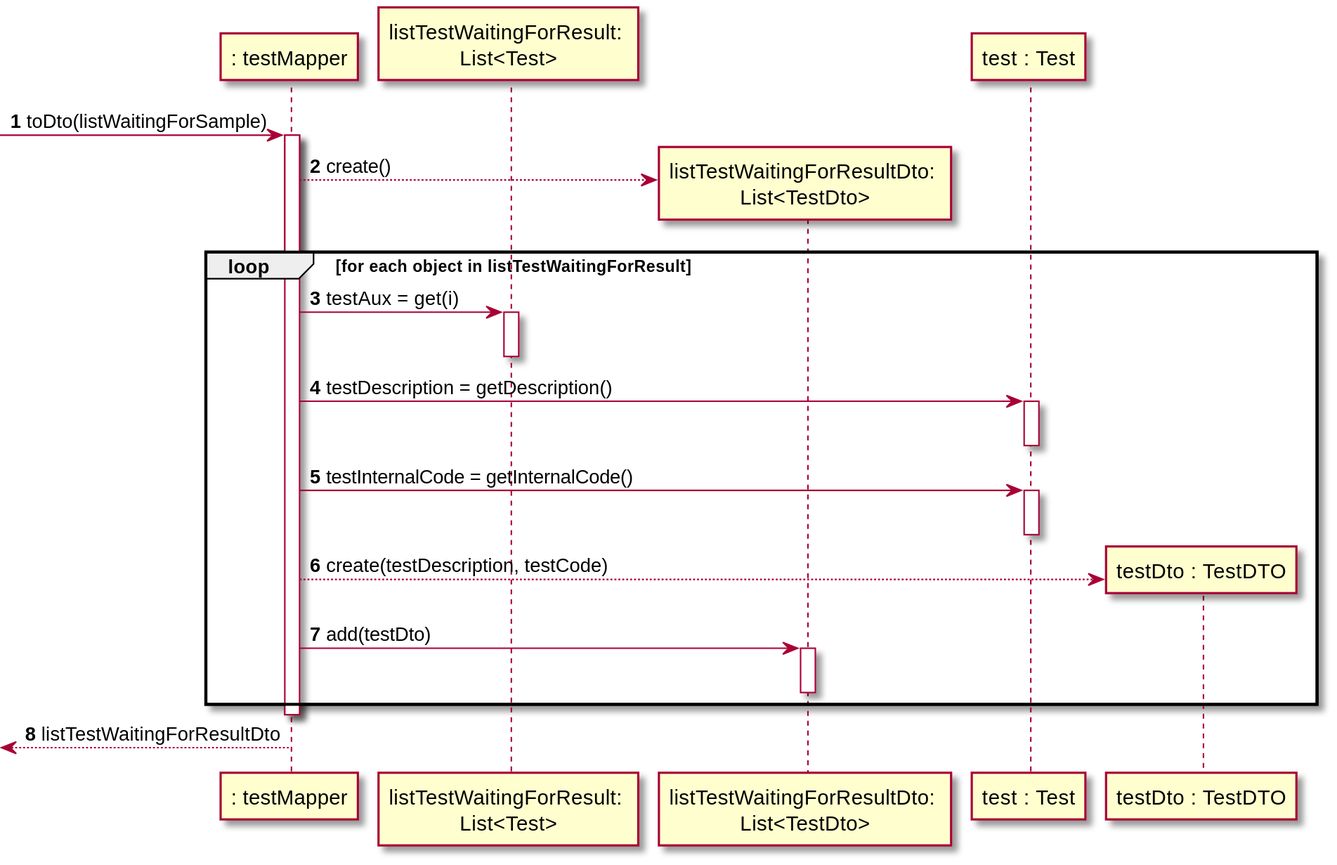
Earlier version of the PlantUML export docs/SprintC/US05/SD_TestMapper_toDto_List.svg (manu-07-ela/LAPR2_ISEP). Its diagram source:
```plantuml
@startuml
autonumber

participant ": testMapper" as MAPPER
participant "listTestWaitingForResult: \nList<Test>" as LWFR
participant "listTestWaitingForResultDto: \nList<TestDto>" as LWFRDTO
participant "test : Test" as TEST
participant "testDto : TestDTO" as TESTDTO

-> MAPPER : toDto(listWaitingForSample)
activate MAPPER
MAPPER --> LWFRDTO** : create()
loop for each object in listTestWaitingForResult
MAPPER -> LWFR : testAux = get(i)
activate LWFR
deactivate LWFR
MAPPER -> TEST : testDescription = getDescription()
activate TEST
deactivate TEST
MAPPER -> TEST : testInternalCode = getInternalCode()
activate TEST
deactivate TEST
MAPPER --> TESTDTO** : create(testDescription, testCode)
MAPPER -> LWFRDTO : add(testDto)
activate LWFRDTO
deactivate LWFRDTO
end
deactivate MAPPER
<-- MAPPER : listTestWaitingForResultDto

@enduml
```
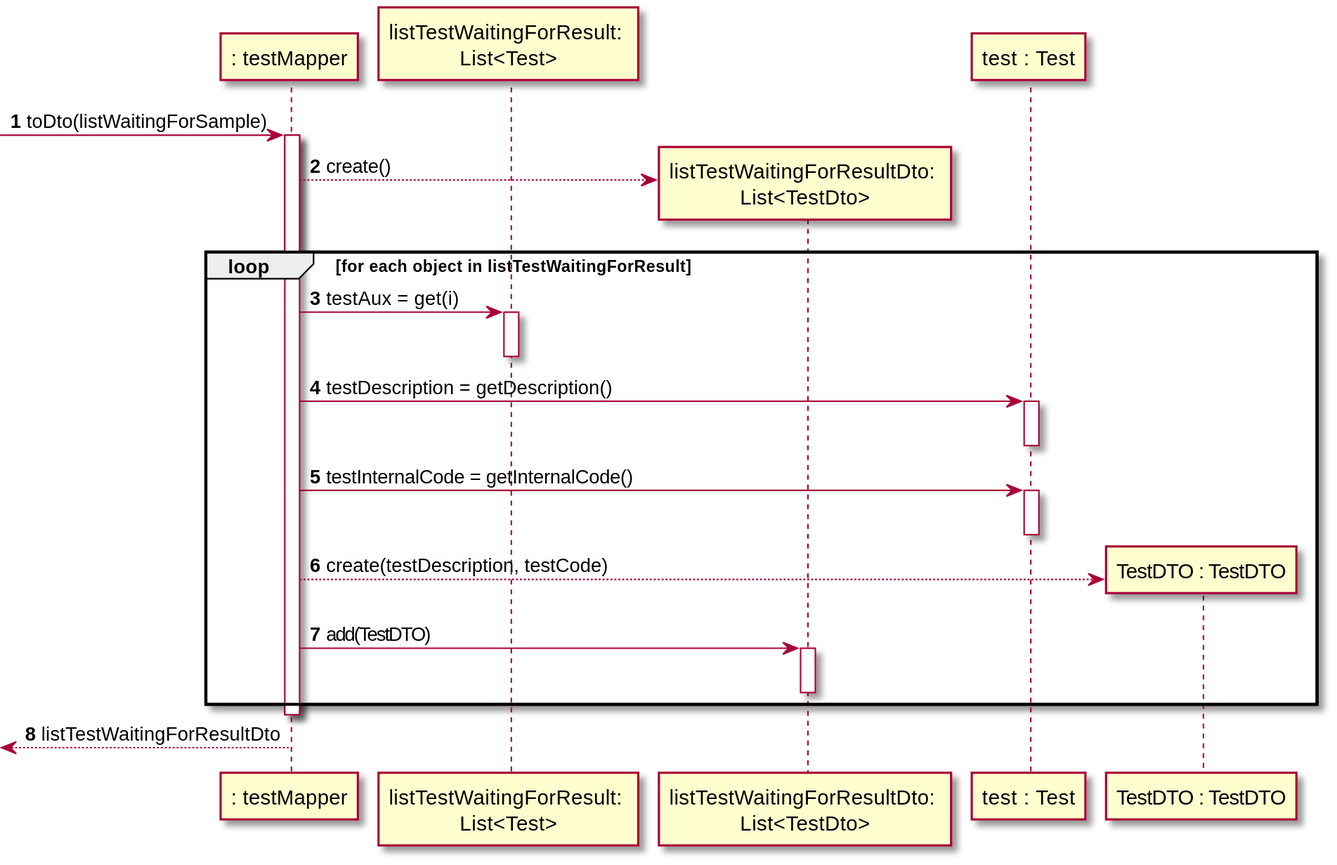
After the change.

The edit, as a diff of the source:
```diff
@@ -5,7 +5,7 @@
 participant "listTestWaitingForResult: \nList<Test>" as LWFR
 participant "listTestWaitingForResultDto: \nList<TestDto>" as LWFRDTO
 participant "test : Test" as TEST
-participant "testDto : TestDTO" as TESTDTO
+participant "TestDTO : TestDTO" as TESTDTO
 
 -> MAPPER : toDto(listWaitingForSample)
 activate MAPPER
@@ -21,7 +21,7 @@
 activate TEST
 deactivate TEST
 MAPPER --> TESTDTO** : create(testDescription, testCode)
-MAPPER -> LWFRDTO : add(testDto)
+MAPPER -> LWFRDTO : add(TestDTO)
 activate LWFRDTO
 deactivate LWFRDTO
 end
```
